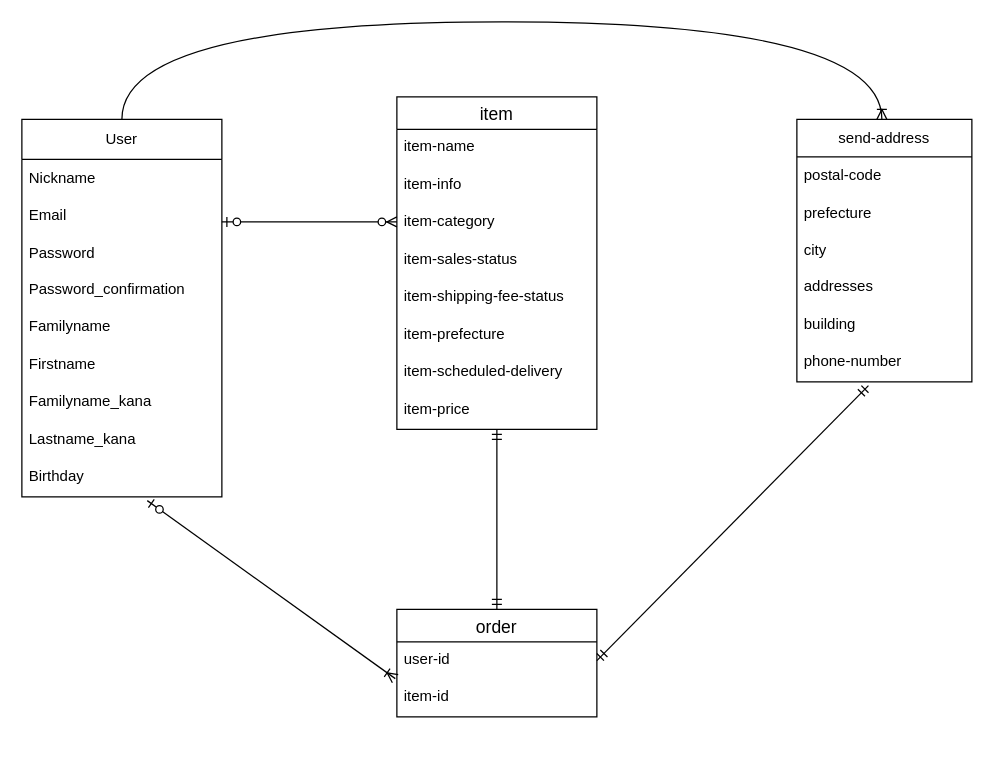
This is furima_db.dio from mofuleo/furima-39668, a draw.io file, before an edit. Source tidied: cells renumbered, new cells numbered last; positions are measured from the earlier drawing's top-left corner, leaving out a move shared by most shapes. Both pictures are drawn from the tidied source at 125%, with x=0, y=0 at pixel (21, 21).
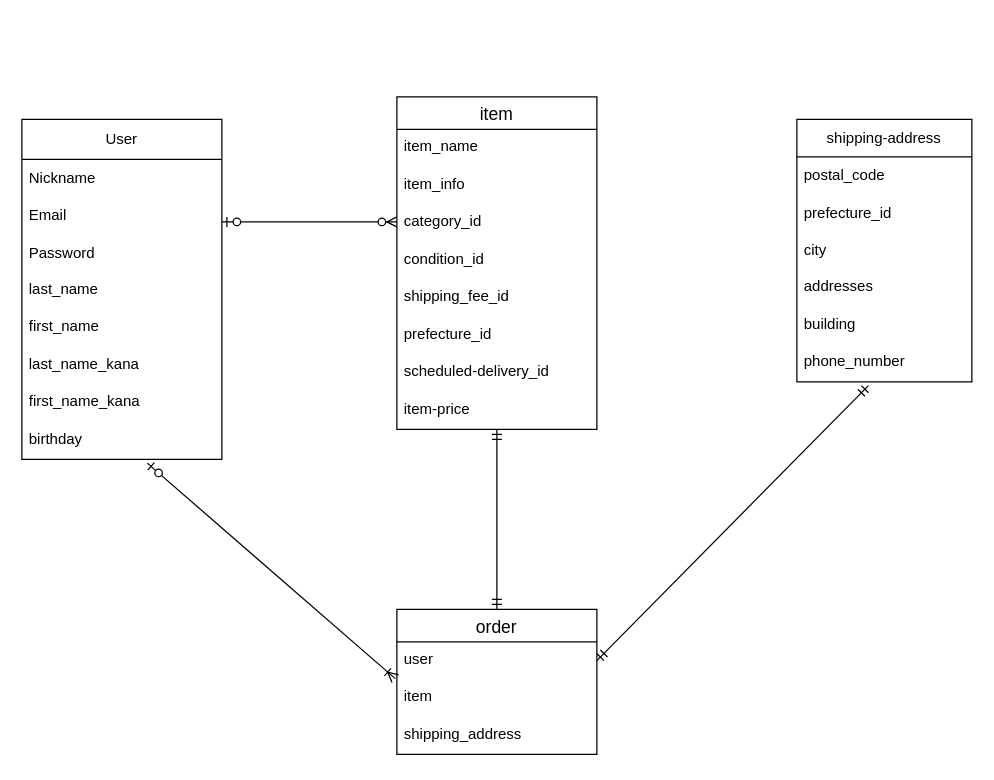
The same page after the edit.

Commit message (it also covers changes not shown here):
READMEとER図の修正

The change refers to these unchanged cells:
```xml
<mxCell id="12" value="item" style="swimlane;fontStyle=0;horizontal=1;startSize=26;align=center;fontSize=14;" parent="1" vertex="1">
  <mxGeometry x="300" y="60" width="160" height="266" as="geometry" />
</mxCell>
```

The edit, as a diff of the source:
```diff
@@
     <mxCell id="2" value="User" style="swimlane;fontStyle=0;horizontal=1;startSize=32;whiteSpace=wrap;html=1;" parent="1" vertex="1">
-      <mxGeometry y="78" width="160" height="302" as="geometry" />
+      <mxGeometry y="78" width="160" height="272" as="geometry" />
     </mxCell>
@@
-    <mxCell id="6" value="Password_confirmation" style="text;strokeColor=none;fillColor=none;spacingLeft=4;spacingRight=4;overflow=hidden;fontSize=12;" parent="2" vertex="1">
-      <mxGeometry y="122" width="160" height="30" as="geometry" />
-    </mxCell>
-    <mxCell id="7" value="Familyname&#10;" style="text;strokeColor=none;fillColor=none;spacingLeft=4;spacingRight=4;overflow=hidden;fontSize=12;" parent="2" vertex="1">
-      <mxGeometry y="152" width="160" height="30" as="geometry" />
+    <mxCell id="7" value="last_name&#10;" style="text;strokeColor=none;fillColor=none;spacingLeft=4;spacingRight=4;overflow=hidden;fontSize=12;" parent="2" vertex="1">
+      <mxGeometry y="122" width="160" height="30" as="geometry" />
     </mxCell>
-    <mxCell id="8" value="Firstname" style="text;strokeColor=none;fillColor=none;spacingLeft=4;spacingRight=4;overflow=hidden;fontSize=12;" parent="2" vertex="1">
-      <mxGeometry y="182" width="160" height="30" as="geometry" />
+    <mxCell id="8" value="first_name" style="text;strokeColor=none;fillColor=none;spacingLeft=4;spacingRight=4;overflow=hidden;fontSize=12;" parent="2" vertex="1">
+      <mxGeometry y="152" width="160" height="30" as="geometry" />
     </mxCell>
-    <mxCell id="9" value="Familyname_kana&#10;" style="text;strokeColor=none;fillColor=none;spacingLeft=4;spacingRight=4;overflow=hidden;fontSize=12;" parent="2" vertex="1">
-      <mxGeometry y="212" width="160" height="30" as="geometry" />
+    <mxCell id="9" value="last_name_kana&#10;" style="text;strokeColor=none;fillColor=none;spacingLeft=4;spacingRight=4;overflow=hidden;fontSize=12;" parent="2" vertex="1">
+      <mxGeometry y="182" width="160" height="30" as="geometry" />
     </mxCell>
-    <mxCell id="10" value="Lastname_kana&#10;" style="text;strokeColor=none;fillColor=none;spacingLeft=4;spacingRight=4;overflow=hidden;fontSize=12;" parent="2" vertex="1">
-      <mxGeometry y="242" width="160" height="30" as="geometry" />
+    <mxCell id="10" value="first_name_kana&#10;" style="text;strokeColor=none;fillColor=none;spacingLeft=4;spacingRight=4;overflow=hidden;fontSize=12;" parent="2" vertex="1">
+      <mxGeometry y="212" width="160" height="30" as="geometry" />
     </mxCell>
-    <mxCell id="11" value="Birthday" style="text;strokeColor=none;fillColor=none;spacingLeft=4;spacingRight=4;overflow=hidden;points=[[0,0.5],[1,0.5]];portConstraint=eastwest;fontSize=12;" parent="2" vertex="1">
-      <mxGeometry y="272" width="160" height="30" as="geometry" />
+    <mxCell id="11" value="birthday" style="text;strokeColor=none;fillColor=none;spacingLeft=4;spacingRight=4;overflow=hidden;points=[[0,0.5],[1,0.5]];portConstraint=eastwest;fontSize=12;" parent="2" vertex="1">
+      <mxGeometry y="242" width="160" height="30" as="geometry" />
     </mxCell>
@@
-    <mxCell id="13" value="item-name" style="text;strokeColor=none;fillColor=none;spacingLeft=4;spacingRight=4;overflow=hidden;fontSize=12;" parent="12" vertex="1">
+    <mxCell id="13" value="item_name" style="text;strokeColor=none;fillColor=none;spacingLeft=4;spacingRight=4;overflow=hidden;fontSize=12;" parent="12" vertex="1">
       <mxGeometry y="26" width="160" height="30" as="geometry" />
     </mxCell>
-    <mxCell id="14" value="item-info" style="text;strokeColor=none;fillColor=none;spacingLeft=4;spacingRight=4;overflow=hidden;fontSize=12;" parent="12" vertex="1">
+    <mxCell id="14" value="item_info" style="text;strokeColor=none;fillColor=none;spacingLeft=4;spacingRight=4;overflow=hidden;fontSize=12;" parent="12" vertex="1">
       <mxGeometry y="56" width="160" height="30" as="geometry" />
     </mxCell>
-    <mxCell id="15" value="item-category" style="text;strokeColor=none;fillColor=none;spacingLeft=4;spacingRight=4;overflow=hidden;fontSize=12;" parent="12" vertex="1">
+    <mxCell id="15" value="category_id" style="text;strokeColor=none;fillColor=none;spacingLeft=4;spacingRight=4;overflow=hidden;fontSize=12;" parent="12" vertex="1">
       <mxGeometry y="86" width="160" height="30" as="geometry" />
     </mxCell>
-    <mxCell id="16" value="item-sales-status" style="text;strokeColor=none;fillColor=none;spacingLeft=4;spacingRight=4;overflow=hidden;fontSize=12;" parent="12" vertex="1">
+    <mxCell id="16" value="condition_id" style="text;strokeColor=none;fillColor=none;spacingLeft=4;spacingRight=4;overflow=hidden;fontSize=12;" parent="12" vertex="1">
       <mxGeometry y="116" width="160" height="30" as="geometry" />
     </mxCell>
-    <mxCell id="17" value="item-shipping-fee-status" style="text;strokeColor=none;fillColor=none;spacingLeft=4;spacingRight=4;overflow=hidden;fontSize=12;" parent="12" vertex="1">
+    <mxCell id="17" value="shipping_fee_id" style="text;strokeColor=none;fillColor=none;spacingLeft=4;spacingRight=4;overflow=hidden;fontSize=12;" parent="12" vertex="1">
       <mxGeometry y="146" width="160" height="30" as="geometry" />
     </mxCell>
-    <mxCell id="18" value="item-prefecture" style="text;strokeColor=none;fillColor=none;spacingLeft=4;spacingRight=4;overflow=hidden;fontSize=12;" parent="12" vertex="1">
+    <mxCell id="18" value="prefecture_id&#10;" style="text;strokeColor=none;fillColor=none;spacingLeft=4;spacingRight=4;overflow=hidden;fontSize=12;" parent="12" vertex="1">
       <mxGeometry y="176" width="160" height="30" as="geometry" />
     </mxCell>
-    <mxCell id="19" value="item-scheduled-delivery" style="text;strokeColor=none;fillColor=none;spacingLeft=4;spacingRight=4;overflow=hidden;fontSize=12;" parent="12" vertex="1">
+    <mxCell id="19" value="scheduled-delivery_id" style="text;strokeColor=none;fillColor=none;spacingLeft=4;spacingRight=4;overflow=hidden;fontSize=12;" parent="12" vertex="1">
       <mxGeometry y="206" width="160" height="30" as="geometry" />
     </mxCell>
@@
-    <mxCell id="21" value="send-address" style="swimlane;fontStyle=0;horizontal=1;startSize=30;whiteSpace=wrap;html=1;" parent="1" vertex="1">
+    <mxCell id="21" value="shipping-address" style="swimlane;fontStyle=0;horizontal=1;startSize=30;whiteSpace=wrap;html=1;" parent="1" vertex="1">
       <mxGeometry x="620" y="78" width="140" height="210" as="geometry" />
     </mxCell>
-    <mxCell id="22" value="postal-code" style="text;strokeColor=none;fillColor=none;align=left;verticalAlign=middle;spacingLeft=4;spacingRight=4;overflow=hidden;whiteSpace=wrap;html=1;" parent="21" vertex="1">
+    <mxCell id="22" value="postal_code" style="text;strokeColor=none;fillColor=none;align=left;verticalAlign=middle;spacingLeft=4;spacingRight=4;overflow=hidden;whiteSpace=wrap;html=1;" parent="21" vertex="1">
       <mxGeometry y="30" width="140" height="30" as="geometry" />
     </mxCell>
-    <mxCell id="23" value="prefecture&lt;br&gt;" style="text;strokeColor=none;fillColor=none;align=left;verticalAlign=middle;spacingLeft=4;spacingRight=4;overflow=hidden;whiteSpace=wrap;html=1;" parent="21" vertex="1">
+    <mxCell id="23" value="prefecture_id" style="text;strokeColor=none;fillColor=none;align=left;verticalAlign=middle;spacingLeft=4;spacingRight=4;overflow=hidden;whiteSpace=wrap;html=1;" parent="21" vertex="1">
       <mxGeometry y="60" width="140" height="30" as="geometry" />
     </mxCell>
@@
-    <mxCell id="27" value="phone-number" style="text;strokeColor=none;fillColor=none;spacingLeft=4;spacingRight=4;overflow=hidden;points=[[0,0.5],[1,0.5]];portConstraint=eastwest;fontSize=12;" parent="21" vertex="1">
+    <mxCell id="27" value="phone_number" style="text;strokeColor=none;fillColor=none;spacingLeft=4;spacingRight=4;overflow=hidden;points=[[0,0.5],[1,0.5]];portConstraint=eastwest;fontSize=12;" parent="21" vertex="1">
       <mxGeometry y="180" width="140" height="30" as="geometry" />
     </mxCell>
     <mxCell id="28" value="order" style="swimlane;fontStyle=0;horizontal=1;startSize=26;align=center;fontSize=14;" parent="1" vertex="1">
-      <mxGeometry x="300" y="470" width="160" height="86" as="geometry" />
+      <mxGeometry x="300" y="470" width="160" height="116" as="geometry" />
     </mxCell>
-    <mxCell id="29" value="user-id" style="text;strokeColor=none;fillColor=none;spacingLeft=4;spacingRight=4;overflow=hidden;points=[[0,0.5],[1,0.5]];portConstraint=eastwest;fontSize=12;" parent="28" vertex="1">
+    <mxCell id="29" value="user" style="text;strokeColor=none;fillColor=none;spacingLeft=4;spacingRight=4;overflow=hidden;points=[[0,0.5],[1,0.5]];portConstraint=eastwest;fontSize=12;" parent="28" vertex="1">
       <mxGeometry y="26" width="160" height="30" as="geometry" />
     </mxCell>
-    <mxCell id="30" value="item-id" style="text;strokeColor=none;fillColor=none;spacingLeft=4;spacingRight=4;overflow=hidden;fontSize=12;" parent="28" vertex="1">
+    <mxCell id="30" value="item" style="text;strokeColor=none;fillColor=none;spacingLeft=4;spacingRight=4;overflow=hidden;fontSize=12;" parent="28" vertex="1">
       <mxGeometry y="56" width="160" height="30" as="geometry" />
     </mxCell>
+    <mxCell id="36" value="shipping_address" style="text;strokeColor=none;fillColor=none;spacingLeft=4;spacingRight=4;overflow=hidden;fontSize=12;" parent="28" vertex="1">
+      <mxGeometry y="86" width="160" height="30" as="geometry" />
+    </mxCell>
@@
-    <mxCell id="34" style="edgeStyle=orthogonalEdgeStyle;fontSize=12;html=1;endArrow=ERoneToMany;curved=1;" parent="1" edge="1" source="2" target="21">
-      <mxGeometry relative="1" as="geometry">
-        <Array as="points">
-          <mxPoint x="80" />
-          <mxPoint x="688" />
-        </Array>
-      </mxGeometry>
-    </mxCell>
```
